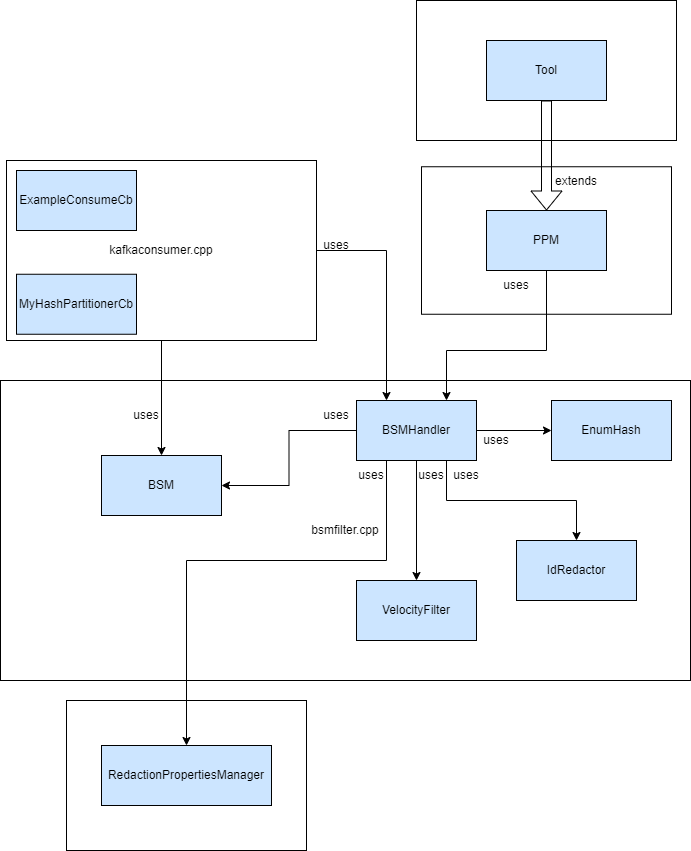
The draw.io diagram docs/diagrams/class-usage/PPM Class Usage With Files.drawio.png in usdot-jpo-ode/jpo-cvdp, before a commit. Source tidied: cells renumbered, new cells last; positions are measured from the earlier drawing's top-left corner, leaving out a move shared by most shapes. The source it was exported from:
```xml
<mxGraphModel>
  <root>
    <mxCell id="0" />
    <mxCell id="1" parent="0" />
    <mxCell id="2" style="group;" parent="1" vertex="1">
      <mxGeometry x="421" y="166.2" width="250" height="147.5" as="geometry" />
    </mxCell>
    <mxCell id="3" value="ppm.cpp" style="rounded=0;whiteSpace=wrap;html=1;" parent="2" vertex="1">
      <mxGeometry width="250" height="147.5" as="geometry" />
    </mxCell>
    <mxCell id="4" value="PPM" style="rounded=0;whiteSpace=wrap;html=1;fillColor=#CCE5FF;" parent="2" vertex="1">
      <mxGeometry x="65" y="43.8" width="120" height="60" as="geometry" />
    </mxCell>
    <mxCell id="5" style="rounded=0;whiteSpace=wrap;html=1;" parent="1" vertex="1">
      <mxGeometry x="66" y="700" width="240" height="150" as="geometry" />
    </mxCell>
    <mxCell id="6" value="bsmfilter.cpp" style="rounded=0;whiteSpace=wrap;html=1;" parent="1" vertex="1">
      <mxGeometry y="380" width="690" height="300" as="geometry" />
    </mxCell>
    <mxCell id="7" value="EnumHash" style="rounded=0;whiteSpace=wrap;html=1;fillColor=#CCE5FF;" parent="1" vertex="1">
      <mxGeometry x="551" y="400" width="120" height="60" as="geometry" />
    </mxCell>
    <mxCell id="8" value="IdRedactor" style="rounded=0;whiteSpace=wrap;html=1;fillColor=#CCE5FF;" parent="1" vertex="1">
      <mxGeometry x="516" y="540" width="120" height="60" as="geometry" />
    </mxCell>
    <mxCell id="9" value="VelocityFilter" style="rounded=0;whiteSpace=wrap;html=1;fillColor=#CCE5FF;" parent="1" vertex="1">
      <mxGeometry x="356" y="580" width="120" height="60" as="geometry" />
    </mxCell>
    <mxCell id="10" value="BSM" style="rounded=0;whiteSpace=wrap;html=1;fillColor=#CCE5FF;" parent="1" vertex="1">
      <mxGeometry x="101" y="455" width="120" height="60" as="geometry" />
    </mxCell>
    <mxCell id="11" style="edgeStyle=orthogonalEdgeStyle;rounded=0;jettySize=auto;html=1;exitX=0.25;exitY=1;exitDx=0;exitDy=0;entryX=0.5;entryY=0;entryDx=0;entryDy=0;" parent="1" edge="1" source="16" target="18">
      <mxGeometry relative="1" as="geometry">
        <Array as="points">
          <mxPoint x="386" y="560" />
          <mxPoint x="186" y="560" />
        </Array>
      </mxGeometry>
    </mxCell>
    <mxCell id="12" style="edgeStyle=orthogonalEdgeStyle;rounded=0;jettySize=auto;html=1;exitX=0;exitY=0.5;exitDx=0;exitDy=0;" parent="1" edge="1" source="16" target="10">
      <mxGeometry relative="1" as="geometry" />
    </mxCell>
    <mxCell id="13" style="edgeStyle=orthogonalEdgeStyle;rounded=0;jettySize=auto;html=1;exitX=0.5;exitY=1;exitDx=0;exitDy=0;" parent="1" edge="1" source="16" target="9">
      <mxGeometry relative="1" as="geometry" />
    </mxCell>
    <mxCell id="14" style="edgeStyle=orthogonalEdgeStyle;rounded=0;jettySize=auto;html=1;exitX=0.75;exitY=1;exitDx=0;exitDy=0;" parent="1" edge="1" source="16" target="8">
      <mxGeometry relative="1" as="geometry" />
    </mxCell>
    <mxCell id="15" style="edgeStyle=orthogonalEdgeStyle;rounded=0;jettySize=auto;html=1;" parent="1" edge="1" source="16" target="7">
      <mxGeometry relative="1" as="geometry" />
    </mxCell>
    <mxCell id="16" value="BSMHandler" style="rounded=0;whiteSpace=wrap;html=1;fillColor=#CCE5FF;" parent="1" vertex="1">
      <mxGeometry x="356" y="400" width="120" height="60" as="geometry" />
    </mxCell>
    <mxCell id="17" style="edgeStyle=orthogonalEdgeStyle;rounded=0;jettySize=auto;html=1;entryX=0.75;entryY=0;entryDx=0;entryDy=0;exitX=1;exitY=0;exitDx=0;exitDy=0;" parent="1" edge="1" source="23" target="16">
      <mxGeometry relative="1" as="geometry">
        <Array as="points">
          <mxPoint x="546" y="350" />
          <mxPoint x="446" y="350" />
        </Array>
      </mxGeometry>
    </mxCell>
    <mxCell id="18" value="RedactionPropertiesManager" style="rounded=0;whiteSpace=wrap;html=1;fillColor=#CCE5FF;" parent="1" vertex="1">
      <mxGeometry x="101" y="745" width="170" height="60" as="geometry" />
    </mxCell>
    <mxCell id="19" style="edgeStyle=orthogonalEdgeStyle;rounded=0;jettySize=auto;html=1;entryX=0.25;entryY=0;entryDx=0;entryDy=0;" parent="1" edge="1" source="21" target="16">
      <mxGeometry relative="1" as="geometry" />
    </mxCell>
    <mxCell id="20" style="edgeStyle=orthogonalEdgeStyle;rounded=0;jettySize=auto;html=1;" parent="1" edge="1" source="21" target="10">
      <mxGeometry relative="1" as="geometry" />
    </mxCell>
    <mxCell id="21" value="kafkaconsumer.cpp" style="rounded=0;whiteSpace=wrap;html=1;" parent="1" vertex="1">
      <mxGeometry x="6" y="160" width="310" height="180" as="geometry" />
    </mxCell>
    <mxCell id="22" value="extends" style="text;html=1;strokeColor=none;fillColor=none;align=center;verticalAlign=middle;whiteSpace=wrap;rounded=0;" parent="1" vertex="1">
      <mxGeometry x="546" y="166.2" width="60" height="30" as="geometry" />
    </mxCell>
    <mxCell id="23" value="uses" style="text;html=1;strokeColor=none;fillColor=none;align=center;verticalAlign=middle;whiteSpace=wrap;rounded=0;" parent="1" vertex="1">
      <mxGeometry x="486" y="270" width="60" height="30" as="geometry" />
    </mxCell>
    <mxCell id="24" value="uses" style="text;html=1;strokeColor=none;fillColor=none;align=center;verticalAlign=middle;whiteSpace=wrap;rounded=0;" parent="1" vertex="1">
      <mxGeometry x="306" y="400" width="60" height="30" as="geometry" />
    </mxCell>
    <mxCell id="25" value="uses" style="text;html=1;strokeColor=none;fillColor=none;align=center;verticalAlign=middle;whiteSpace=wrap;rounded=0;" parent="1" vertex="1">
      <mxGeometry x="341" y="460" width="60" height="30" as="geometry" />
    </mxCell>
    <mxCell id="26" value="uses" style="text;html=1;strokeColor=none;fillColor=none;align=center;verticalAlign=middle;whiteSpace=wrap;rounded=0;" parent="1" vertex="1">
      <mxGeometry x="436" y="460" width="60" height="30" as="geometry" />
    </mxCell>
    <mxCell id="27" value="uses" style="text;html=1;strokeColor=none;fillColor=none;align=center;verticalAlign=middle;whiteSpace=wrap;rounded=0;" parent="1" vertex="1">
      <mxGeometry x="466" y="425" width="60" height="30" as="geometry" />
    </mxCell>
    <mxCell id="28" value="uses" style="text;html=1;strokeColor=none;fillColor=none;align=center;verticalAlign=middle;whiteSpace=wrap;rounded=0;" parent="1" vertex="1">
      <mxGeometry x="401" y="460" width="60" height="30" as="geometry" />
    </mxCell>
    <mxCell id="29" value="ExampleConsumeCb" style="rounded=0;whiteSpace=wrap;html=1;fillColor=#CCE5FF;" parent="1" vertex="1">
      <mxGeometry x="16" y="170" width="120" height="60" as="geometry" />
    </mxCell>
    <mxCell id="30" value="MyHashPartitionerCb" style="rounded=0;whiteSpace=wrap;html=1;fillColor=#CCE5FF;" parent="1" vertex="1">
      <mxGeometry x="16" y="273.8" width="120" height="60" as="geometry" />
    </mxCell>
    <mxCell id="31" value="uses" style="text;html=1;strokeColor=none;fillColor=none;align=center;verticalAlign=middle;whiteSpace=wrap;rounded=0;" parent="1" vertex="1">
      <mxGeometry x="306" y="230" width="60" height="30" as="geometry" />
    </mxCell>
    <mxCell id="32" value="uses" style="text;html=1;strokeColor=none;fillColor=none;align=center;verticalAlign=middle;whiteSpace=wrap;rounded=0;" parent="1" vertex="1">
      <mxGeometry x="116" y="400" width="60" height="30" as="geometry" />
    </mxCell>
    <mxCell id="33" style="group;" parent="1" vertex="1">
      <mxGeometry x="416" width="260" height="140" as="geometry" />
    </mxCell>
    <mxCell id="34" style="group;" parent="33" vertex="1">
      <mxGeometry width="260" height="140" as="geometry" />
    </mxCell>
    <mxCell id="35" value="tool.cpp" style="rounded=0;whiteSpace=wrap;html=1;" parent="34" vertex="1">
      <mxGeometry width="260" height="140" as="geometry" />
    </mxCell>
    <mxCell id="36" value="Tool" style="rounded=0;whiteSpace=wrap;html=1;fillColor=#CCE5FF;" parent="34" vertex="1">
      <mxGeometry x="70" y="40" width="120" height="60" as="geometry" />
    </mxCell>
    <mxCell id="37" style="edgeStyle=orthogonalEdgeStyle;rounded=0;jettySize=auto;html=1;shape=flexArrow;" parent="1" edge="1" source="36" target="4">
      <mxGeometry relative="1" as="geometry" />
    </mxCell>
  </root>
</mxGraphModel>
```
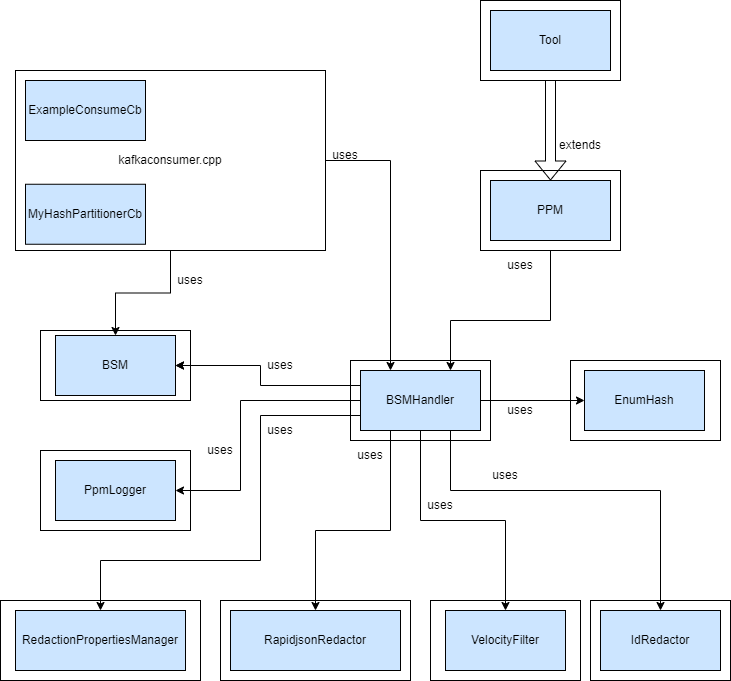
Later version of the same file.

Commit message:
Updated data flow & class usage diagrams to reflect recent changes to the code.

Change to the diagram source:
```diff
@@ -2,53 +2,83 @@
   <root>
     <mxCell id="0" />
     <mxCell id="1" parent="0" />
-    <mxCell id="2" style="group;" parent="1" vertex="1">
-      <mxGeometry x="421" y="166.2" width="250" height="147.5" as="geometry" />
-    </mxCell>
-    <mxCell id="3" value="ppm.cpp" style="rounded=0;whiteSpace=wrap;html=1;" parent="2" vertex="1">
-      <mxGeometry width="250" height="147.5" as="geometry" />
+    <mxCell id="3" value="ppm.cpp" style="rounded=0;whiteSpace=wrap;html=1;" parent="1" vertex="1">
+      <mxGeometry x="476" y="200" width="140" height="80" as="geometry" />
     </mxCell>
-    <mxCell id="4" value="PPM" style="rounded=0;whiteSpace=wrap;html=1;fillColor=#CCE5FF;" parent="2" vertex="1">
-      <mxGeometry x="65" y="43.8" width="120" height="60" as="geometry" />
-    </mxCell>
-    <mxCell id="5" style="rounded=0;whiteSpace=wrap;html=1;" parent="1" vertex="1">
-      <mxGeometry x="66" y="700" width="240" height="150" as="geometry" />
-    </mxCell>
+    <mxCell id="38" style="rounded=0;whiteSpace=wrap;html=1;" parent="1" vertex="1">
+      <mxGeometry x="36" y="480" width="150" height="80" as="geometry" />
+    </mxCell>
+    <mxCell id="39" style="rounded=0;whiteSpace=wrap;html=1;" parent="1" vertex="1">
+      <mxGeometry x="36" y="360" width="150" height="70" as="geometry" />
+    </mxCell>
+    <mxCell id="40" style="rounded=0;whiteSpace=wrap;html=1;" parent="1" vertex="1">
+      <mxGeometry x="-4" y="630" width="200" height="80" as="geometry" />
+    </mxCell>
+    <mxCell id="41" style="rounded=0;whiteSpace=wrap;html=1;" parent="1" vertex="1">
+      <mxGeometry x="216" y="630" width="190" height="80" as="geometry" />
+    </mxCell>
+    <mxCell id="42" style="rounded=0;whiteSpace=wrap;html=1;" parent="1" vertex="1">
+      <mxGeometry x="586" y="630" width="140" height="80" as="geometry" />
+    </mxCell>
+    <mxCell id="43" style="rounded=0;whiteSpace=wrap;html=1;" parent="1" vertex="1">
+      <mxGeometry x="566" y="390" width="150" height="80" as="geometry" />
+    </mxCell>
+    <mxCell id="44" style="rounded=0;whiteSpace=wrap;html=1;" parent="1" vertex="1">
+      <mxGeometry x="426" y="630" width="150" height="80" as="geometry" />
+    </mxCell>
-    <mxCell id="6" value="bsmfilter.cpp" style="rounded=0;whiteSpace=wrap;html=1;" parent="1" vertex="1">
-      <mxGeometry y="380" width="690" height="300" as="geometry" />
+    <mxCell id="6" value="bsmHandler.cpp" style="rounded=0;whiteSpace=wrap;html=1;" parent="1" vertex="1">
+      <mxGeometry x="346" y="390" width="140" height="80" as="geometry" />
     </mxCell>
     <mxCell id="7" value="EnumHash" style="rounded=0;whiteSpace=wrap;html=1;fillColor=#CCE5FF;" parent="1" vertex="1">
-      <mxGeometry x="551" y="400" width="120" height="60" as="geometry" />
+      <mxGeometry x="580" y="400" width="120" height="60" as="geometry" />
     </mxCell>
     <mxCell id="8" value="IdRedactor" style="rounded=0;whiteSpace=wrap;html=1;fillColor=#CCE5FF;" parent="1" vertex="1">
-      <mxGeometry x="516" y="540" width="120" height="60" as="geometry" />
+      <mxGeometry x="596" y="640" width="120" height="60" as="geometry" />
     </mxCell>
     <mxCell id="9" value="VelocityFilter" style="rounded=0;whiteSpace=wrap;html=1;fillColor=#CCE5FF;" parent="1" vertex="1">
-      <mxGeometry x="356" y="580" width="120" height="60" as="geometry" />
+      <mxGeometry x="441" y="640" width="120" height="60" as="geometry" />
     </mxCell>
     <mxCell id="10" value="BSM" style="rounded=0;whiteSpace=wrap;html=1;fillColor=#CCE5FF;" parent="1" vertex="1">
-      <mxGeometry x="101" y="455" width="120" height="60" as="geometry" />
+      <mxGeometry x="51" y="365" width="120" height="60" as="geometry" />
     </mxCell>
     <mxCell id="11" style="edgeStyle=orthogonalEdgeStyle;rounded=0;jettySize=auto;html=1;exitX=0.25;exitY=1;exitDx=0;exitDy=0;entryX=0.5;entryY=0;entryDx=0;entryDy=0;" parent="1" edge="1" source="16" target="18">
       <mxGeometry relative="1" as="geometry">
         <Array as="points">
           <mxPoint x="386" y="560" />
-          <mxPoint x="186" y="560" />
+          <mxPoint x="311" y="560" />
         </Array>
       </mxGeometry>
     </mxCell>
-    <mxCell id="12" style="edgeStyle=orthogonalEdgeStyle;rounded=0;jettySize=auto;html=1;exitX=0;exitY=0.5;exitDx=0;exitDy=0;" parent="1" edge="1" source="16" target="10">
-      <mxGeometry relative="1" as="geometry" />
+    <mxCell id="12" style="edgeStyle=orthogonalEdgeStyle;rounded=0;jettySize=auto;html=1;exitX=0;exitY=0.25;exitDx=0;exitDy=0;" parent="1" edge="1" source="16" target="10">
+      <mxGeometry relative="1" as="geometry">
+        <Array as="points">
+          <mxPoint x="256" y="415" />
+          <mxPoint x="256" y="395" />
+        </Array>
+      </mxGeometry>
     </mxCell>
     <mxCell id="13" style="edgeStyle=orthogonalEdgeStyle;rounded=0;jettySize=auto;html=1;exitX=0.5;exitY=1;exitDx=0;exitDy=0;" parent="1" edge="1" source="16" target="9">
       <mxGeometry relative="1" as="geometry" />
     </mxCell>
-    <mxCell id="14" style="edgeStyle=orthogonalEdgeStyle;rounded=0;jettySize=auto;html=1;exitX=0.75;exitY=1;exitDx=0;exitDy=0;" parent="1" edge="1" source="16" target="8">
-      <mxGeometry relative="1" as="geometry" />
+    <mxCell id="14" style="edgeStyle=orthogonalEdgeStyle;rounded=0;jettySize=auto;html=1;exitX=0.75;exitY=1;exitDx=0;exitDy=0;entryX=0.5;entryY=0;entryDx=0;entryDy=0;" parent="1" edge="1" source="16" target="8">
+      <mxGeometry relative="1" as="geometry">
+        <Array as="points">
+          <mxPoint x="446" y="520" />
+          <mxPoint x="656" y="520" />
+        </Array>
+      </mxGeometry>
     </mxCell>
     <mxCell id="15" style="edgeStyle=orthogonalEdgeStyle;rounded=0;jettySize=auto;html=1;" parent="1" edge="1" source="16" target="7">
       <mxGeometry relative="1" as="geometry" />
     </mxCell>
+    <mxCell id="45" style="edgeStyle=orthogonalEdgeStyle;rounded=0;jettySize=auto;html=1;exitX=0;exitY=0.5;exitDx=0;exitDy=0;entryX=1;entryY=0.5;entryDx=0;entryDy=0;" parent="1" edge="1" source="16" target="50">
+      <mxGeometry relative="1" as="geometry">
+        <Array as="points">
+          <mxPoint x="236" y="430" />
+          <mxPoint x="236" y="520" />
+        </Array>
+      </mxGeometry>
+    </mxCell>
     <mxCell id="16" value="BSMHandler" style="rounded=0;whiteSpace=wrap;html=1;fillColor=#CCE5FF;" parent="1" vertex="1">
       <mxGeometry x="356" y="400" width="120" height="60" as="geometry" />
     </mxCell>
@@ -60,8 +90,8 @@
         </Array>
       </mxGeometry>
     </mxCell>
-    <mxCell id="18" value="RedactionPropertiesManager" style="rounded=0;whiteSpace=wrap;html=1;fillColor=#CCE5FF;" parent="1" vertex="1">
-      <mxGeometry x="101" y="745" width="170" height="60" as="geometry" />
+    <mxCell id="18" value="RapidjsonRedactor" style="rounded=0;whiteSpace=wrap;html=1;fillColor=#CCE5FF;" parent="1" vertex="1">
+      <mxGeometry x="226" y="640" width="170" height="60" as="geometry" />
     </mxCell>
     <mxCell id="19" style="edgeStyle=orthogonalEdgeStyle;rounded=0;jettySize=auto;html=1;entryX=0.25;entryY=0;entryDx=0;entryDy=0;" parent="1" edge="1" source="21" target="16">
       <mxGeometry relative="1" as="geometry" />
@@ -70,55 +100,76 @@
       <mxGeometry relative="1" as="geometry" />
     </mxCell>
     <mxCell id="21" value="kafkaconsumer.cpp" style="rounded=0;whiteSpace=wrap;html=1;" parent="1" vertex="1">
-      <mxGeometry x="6" y="160" width="310" height="180" as="geometry" />
+      <mxGeometry x="11" y="100" width="310" height="180" as="geometry" />
     </mxCell>
     <mxCell id="22" value="extends" style="text;html=1;strokeColor=none;fillColor=none;align=center;verticalAlign=middle;whiteSpace=wrap;rounded=0;" parent="1" vertex="1">
-      <mxGeometry x="546" y="166.2" width="60" height="30" as="geometry" />
+      <mxGeometry x="546" y="160" width="60" height="30" as="geometry" />
     </mxCell>
     <mxCell id="23" value="uses" style="text;html=1;strokeColor=none;fillColor=none;align=center;verticalAlign=middle;whiteSpace=wrap;rounded=0;" parent="1" vertex="1">
-      <mxGeometry x="486" y="270" width="60" height="30" as="geometry" />
+      <mxGeometry x="486" y="280" width="60" height="30" as="geometry" />
     </mxCell>
+    <mxCell id="46" style="edgeStyle=orthogonalEdgeStyle;rounded=0;jettySize=auto;html=1;" parent="1" edge="1" source="24" target="10">
+      <mxGeometry relative="1" as="geometry" />
+    </mxCell>
     <mxCell id="24" value="uses" style="text;html=1;strokeColor=none;fillColor=none;align=center;verticalAlign=middle;whiteSpace=wrap;rounded=0;" parent="1" vertex="1">
-      <mxGeometry x="306" y="400" width="60" height="30" as="geometry" />
+      <mxGeometry x="246" y="380" width="60" height="30" as="geometry" />
     </mxCell>
     <mxCell id="25" value="uses" style="text;html=1;strokeColor=none;fillColor=none;align=center;verticalAlign=middle;whiteSpace=wrap;rounded=0;" parent="1" vertex="1">
-      <mxGeometry x="341" y="460" width="60" height="30" as="geometry" />
+      <mxGeometry x="336" y="470" width="60" height="30" as="geometry" />
     </mxCell>
     <mxCell id="26" value="uses" style="text;html=1;strokeColor=none;fillColor=none;align=center;verticalAlign=middle;whiteSpace=wrap;rounded=0;" parent="1" vertex="1">
-      <mxGeometry x="436" y="460" width="60" height="30" as="geometry" />
+      <mxGeometry x="471" y="490" width="60" height="30" as="geometry" />
     </mxCell>
     <mxCell id="27" value="uses" style="text;html=1;strokeColor=none;fillColor=none;align=center;verticalAlign=middle;whiteSpace=wrap;rounded=0;" parent="1" vertex="1">
-      <mxGeometry x="466" y="425" width="60" height="30" as="geometry" />
+      <mxGeometry x="486" y="425" width="60" height="30" as="geometry" />
     </mxCell>
     <mxCell id="28" value="uses" style="text;html=1;strokeColor=none;fillColor=none;align=center;verticalAlign=middle;whiteSpace=wrap;rounded=0;" parent="1" vertex="1">
-      <mxGeometry x="401" y="460" width="60" height="30" as="geometry" />
+      <mxGeometry x="406" y="520" width="60" height="30" as="geometry" />
     </mxCell>
     <mxCell id="29" value="ExampleConsumeCb" style="rounded=0;whiteSpace=wrap;html=1;fillColor=#CCE5FF;" parent="1" vertex="1">
-      <mxGeometry x="16" y="170" width="120" height="60" as="geometry" />
+      <mxGeometry x="21" y="110" width="120" height="60" as="geometry" />
     </mxCell>
     <mxCell id="30" value="MyHashPartitionerCb" style="rounded=0;whiteSpace=wrap;html=1;fillColor=#CCE5FF;" parent="1" vertex="1">
-      <mxGeometry x="16" y="273.8" width="120" height="60" as="geometry" />
+      <mxGeometry x="21" y="213.8" width="120" height="60" as="geometry" />
     </mxCell>
     <mxCell id="31" value="uses" style="text;html=1;strokeColor=none;fillColor=none;align=center;verticalAlign=middle;whiteSpace=wrap;rounded=0;" parent="1" vertex="1">
-      <mxGeometry x="306" y="230" width="60" height="30" as="geometry" />
+      <mxGeometry x="311" y="170" width="60" height="30" as="geometry" />
     </mxCell>
     <mxCell id="32" value="uses" style="text;html=1;strokeColor=none;fillColor=none;align=center;verticalAlign=middle;whiteSpace=wrap;rounded=0;" parent="1" vertex="1">
-      <mxGeometry x="116" y="400" width="60" height="30" as="geometry" />
+      <mxGeometry x="156" y="295" width="60" height="30" as="geometry" />
     </mxCell>
-    <mxCell id="33" style="group;" parent="1" vertex="1">
-      <mxGeometry x="416" width="260" height="140" as="geometry" />
-    </mxCell>
-    <mxCell id="34" style="group;" parent="33" vertex="1">
-      <mxGeometry width="260" height="140" as="geometry" />
-    </mxCell>
+    <mxCell id="37" style="edgeStyle=orthogonalEdgeStyle;rounded=0;jettySize=auto;html=1;shape=flexArrow;" parent="1" edge="1" source="36" target="4">
+      <mxGeometry relative="1" as="geometry" />
+    </mxCell>
+    <mxCell id="47" value="RedactionPropertiesManager" style="rounded=0;whiteSpace=wrap;html=1;fillColor=#CCE5FF;" parent="1" vertex="1">
+      <mxGeometry x="11" y="640" width="170" height="60" as="geometry" />
+    </mxCell>
+    <mxCell id="48" value="uses" style="text;html=1;strokeColor=none;fillColor=none;align=center;verticalAlign=middle;whiteSpace=wrap;rounded=0;" parent="1" vertex="1">
+      <mxGeometry x="246" y="445" width="60" height="30" as="geometry" />
+    </mxCell>
+    <mxCell id="49" style="edgeStyle=orthogonalEdgeStyle;rounded=0;jettySize=auto;html=1;exitX=0;exitY=0.75;exitDx=0;exitDy=0;" parent="1" edge="1" source="16" target="47">
+      <mxGeometry relative="1" as="geometry">
+        <Array as="points">
+          <mxPoint x="256" y="445" />
+          <mxPoint x="256" y="590" />
+          <mxPoint x="96" y="590" />
+        </Array>
+      </mxGeometry>
+    </mxCell>
+    <mxCell id="50" value="PpmLogger" style="rounded=0;whiteSpace=wrap;html=1;fillColor=#CCE5FF;" parent="1" vertex="1">
+      <mxGeometry x="51" y="490" width="120" height="60" as="geometry" />
+    </mxCell>
+    <mxCell id="51" value="uses" style="text;html=1;strokeColor=none;fillColor=none;align=center;verticalAlign=middle;whiteSpace=wrap;rounded=0;" parent="1" vertex="1">
+      <mxGeometry x="186" y="465" width="60" height="30" as="geometry" />
+    </mxCell>
+    <mxCell id="4" value="PPM" style="rounded=0;whiteSpace=wrap;html=1;fillColor=#CCE5FF;" parent="1" vertex="1">
+      <mxGeometry x="486" y="210" width="120" height="60" as="geometry" />
+    </mxCell>
-    <mxCell id="35" value="tool.cpp" style="rounded=0;whiteSpace=wrap;html=1;" parent="34" vertex="1">
-      <mxGeometry width="260" height="140" as="geometry" />
+    <mxCell id="35" value="tool.cpp" style="rounded=0;whiteSpace=wrap;html=1;" parent="1" vertex="1">
+      <mxGeometry x="476" y="30" width="140" height="80" as="geometry" />
     </mxCell>
-    <mxCell id="36" value="Tool" style="rounded=0;whiteSpace=wrap;html=1;fillColor=#CCE5FF;" parent="34" vertex="1">
-      <mxGeometry x="70" y="40" width="120" height="60" as="geometry" />
+    <mxCell id="36" value="Tool" style="rounded=0;whiteSpace=wrap;html=1;fillColor=#CCE5FF;" parent="1" vertex="1">
+      <mxGeometry x="486" y="40" width="120" height="60" as="geometry" />
     </mxCell>
-    <mxCell id="37" style="edgeStyle=orthogonalEdgeStyle;rounded=0;jettySize=auto;html=1;shape=flexArrow;" parent="1" edge="1" source="36" target="4">
-      <mxGeometry relative="1" as="geometry" />
-    </mxCell>
   </root>
 </mxGraphModel>
```
